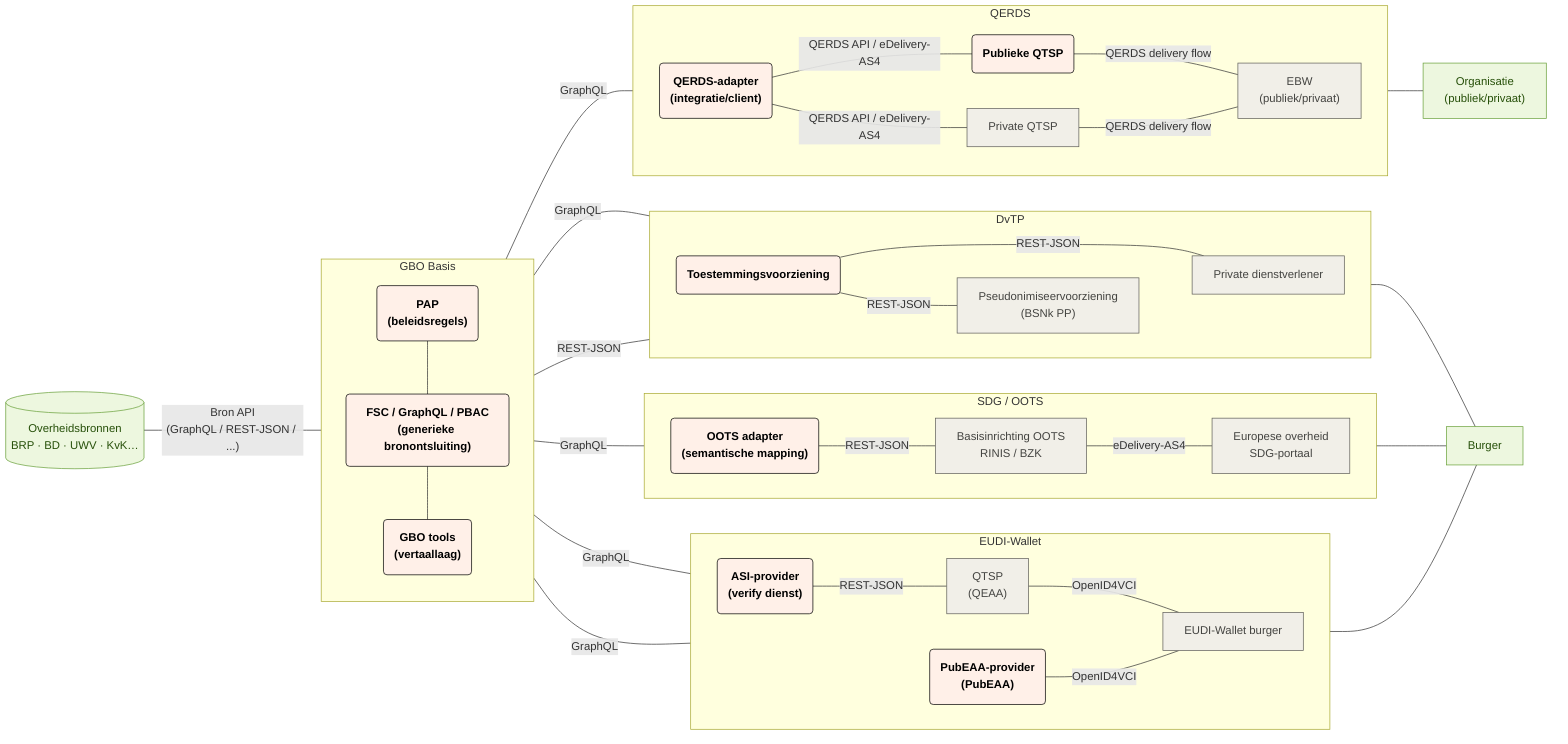
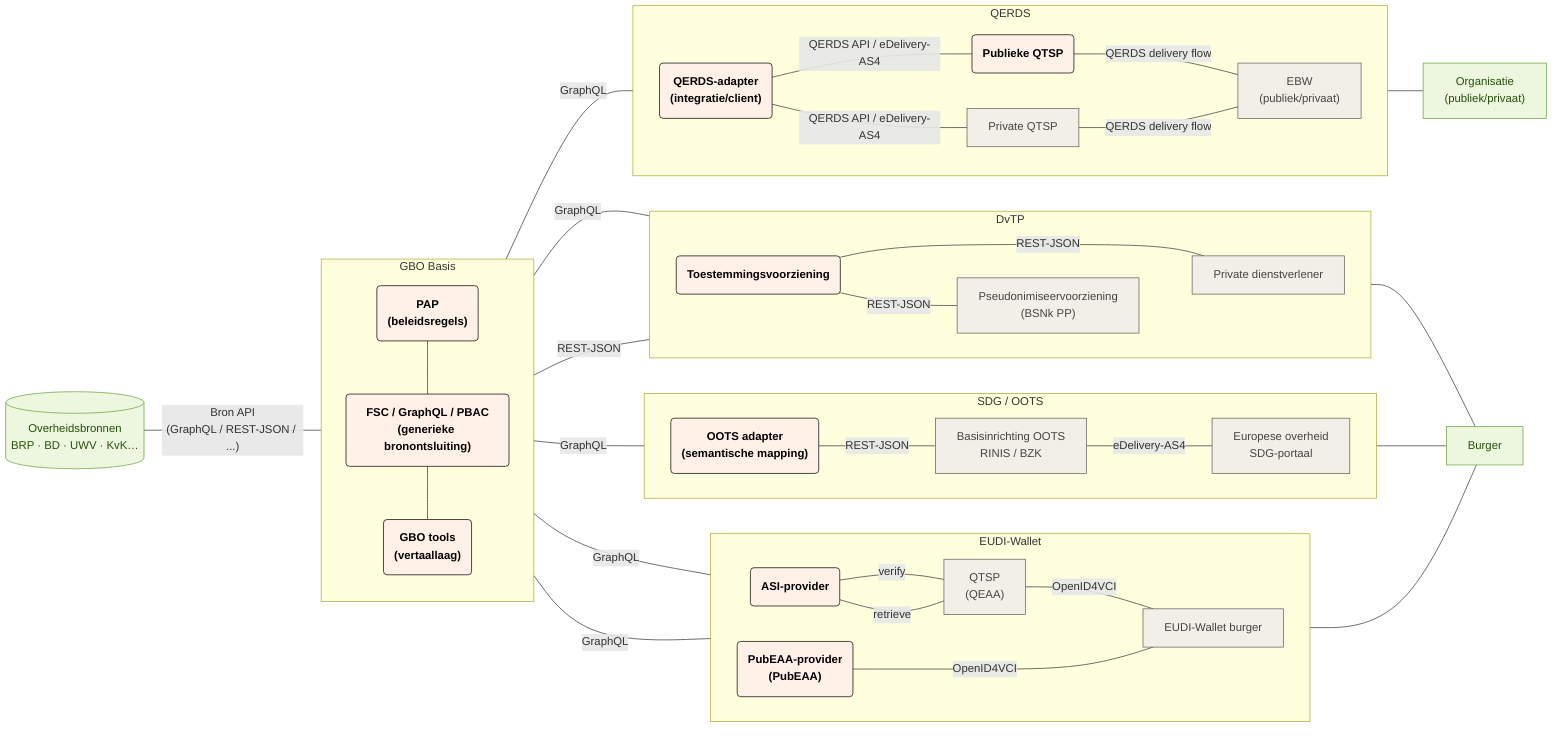
flowchart LR
  subgraph gbo["GBO Basis"]
    direction TB
        fsc_pap("`**PAP<br>(beleidsregels)**`")
        fsc("`**FSC / GraphQL / PBAC<br>(generieke bronontsluiting)**`")
        fsc_tools("`**GBO tools<br>(vertaallaag)**`")
  end
  subgraph eudi["EUDI-Wallet"]
    direction LR
-         eudi_asi("`**ASI-provider<br>(verify dienst)**`")
+         eudi_asi("`**ASI-provider**`")
        eudi_pubeaa("`**PubEAA-provider<br>(PubEAA)**`")
        eudi_qeaa["QTSP<br>(QEAA)"]
        eudi_wallet["EUDI-Wallet burger"]
  end
  subgraph oots["SDG / OOTS"]
    direction LR
        oots_adapter("`**OOTS adapter<br>(semantische mapping)**`")
        oots_basis["Basisinrichting OOTS<br>RINIS / BZK"]
        oots_afnemer["Europese overheid<br>SDG-portaal"]
  end
  subgraph dvtp["DvTP"]
    direction LR
        dvtp_toestemming("`**Toestemmingsvoorziening**`")
        dvtp_pseudoniem["Pseudonimiseervoorziening<br>(BSNk PP)"]
        dvtp_afnemer["Private dienstverlener"]
  end
  subgraph ebw["QERDS"]
     direction LR
        ebw_qerds_adapter("`**QERDS-adapter<br>(integratie/client)**`")
        ebw_pub_qtsp("`**Publieke QTSP**`")
        ebw_qtsp["Private QTSP"]
        ebw_wallet["EBW<br>(publiek/privaat)"]
  end

  fsc_pap --- fsc
  fsc --- fsc_tools
  bron[("Overheidsbronnen<br>BRP · BD · UWV · KvK…")] -- Bron API<br>(GraphQL / REST-JSON / ...) --- gbo
-   eudi_asi -- REST-JSON --- eudi_qeaa
+   eudi_asi -- verify --- eudi_qeaa
+   eudi_asi -- retrieve --- eudi_qeaa
  eudi_qeaa -- OpenID4VCI --- eudi_wallet
  gbo -- GraphQL --- eudi_asi & eudi_pubeaa & oots_adapter & dvtp_afnemer & ebw_qerds_adapter
-   eudi_pubeaa -- OpenID4VCI --- eudi_wallet
+   eudi_pubeaa -- OpenID4VCI ---- eudi_wallet
  oots_adapter -- REST-JSON --- oots_basis
  oots_basis -- eDelivery-AS4 --- oots_afnemer
  gbo -- REST-JSON --- dvtp_toestemming
  dvtp_toestemming -- REST-JSON --- dvtp_afnemer
  dvtp_toestemming -- REST-JSON --- dvtp_pseudoniem
  dvtp_pseudoniem ~~~ dvtp_afnemer
  ebw_qerds_adapter -- QERDS API / eDelivery-AS4 --- ebw_pub_qtsp -- QERDS delivery flow --- ebw_wallet
  ebw_qerds_adapter -- QERDS API / eDelivery-AS4 --- ebw_qtsp -- QERDS delivery flow --- ebw_wallet
  ebw_wallet --- organisatie["Organisatie<br>(publiek/privaat)"]
  eudi_wallet --- burger["Burger"]
  oots_afnemer --- burger
  dvtp_afnemer --- burger

  fsc_pap:::gbo
  fsc:::gbo
  fsc_tools:::gbo
  ebw_qerds_adapter:::gbo
  ebw_pub_qtsp:::gbo
  ebw_qtsp:::eudi
  ebw_wallet:::eudi
  eudi_asi:::gbo
  eudi_pubeaa:::gbo
  eudi_qeaa:::eudi
  eudi_wallet:::eudi
  oots_adapter:::gbo
  oots_basis:::oots
  oots_afnemer:::oots
  dvtp_toestemming:::gbo
  dvtp_pseudoniem:::dvtp
  dvtp_afnemer:::dvtp
  bron:::bron
  burger:::burger
  organisatie:::burger

  classDef bron fill:#edf7df,stroke:#6aa13a,color:#27500a
  classDef generiek fill:#f1efe8,stroke:#5f5e5a,color:#444441
  classDef eudi fill:#f1efe8,stroke:#5f5e5a,color:#444441
  classDef oots fill:#f1efe8,stroke:#5f5e5a,color:#444441
  classDef dvtp fill:#f1efe8,stroke:#5f5e5a,color:#444441
  classDef gbo fill:#fff0e8,stroke:#000000,color:#000000
  classDef burger fill:#edf7df,stroke:#6aa13a,color:#27500a
